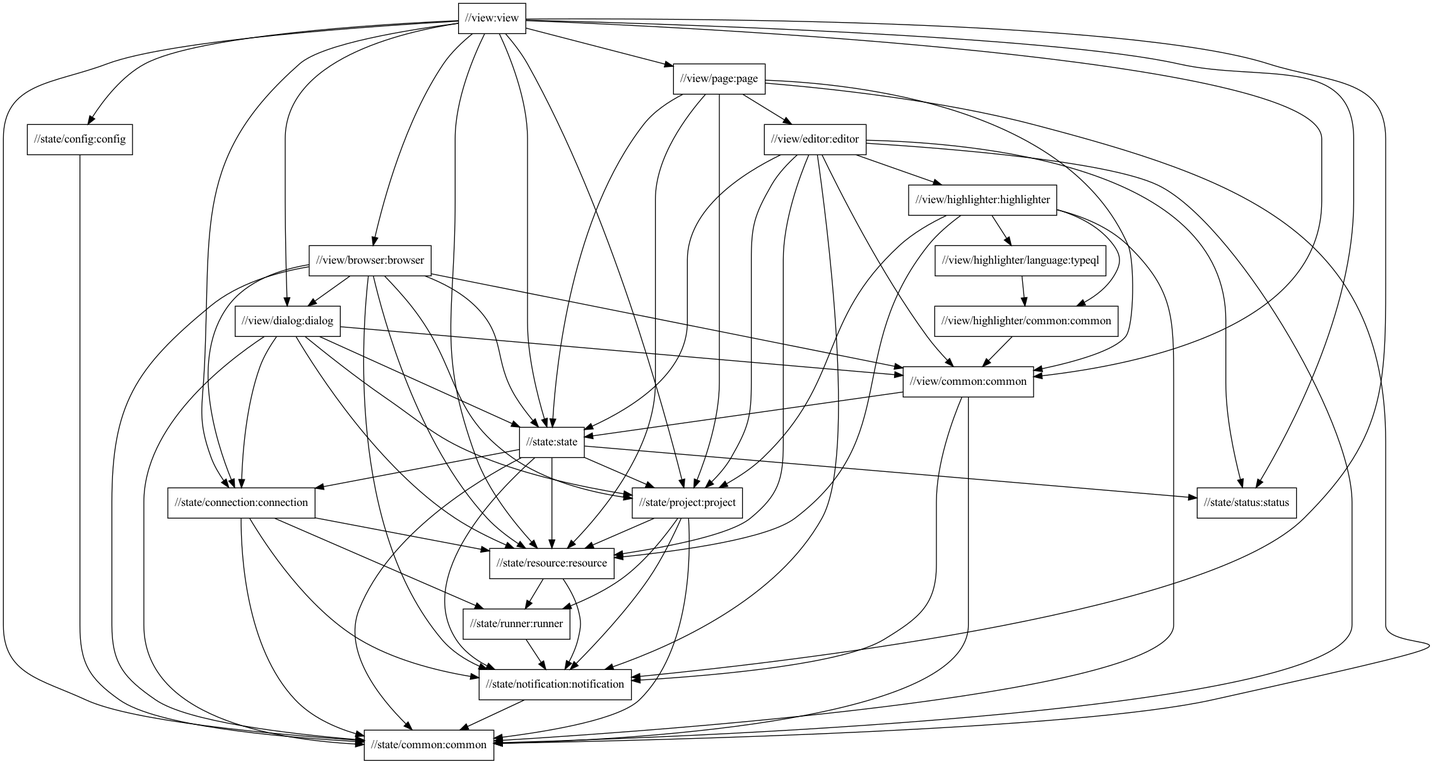
typedb/typedb-studio keeps this Graphviz diagram as docs/global-package-structure.png. Above is the earlier version. Its source is kept beside it as docs/global-package-structure.dot.
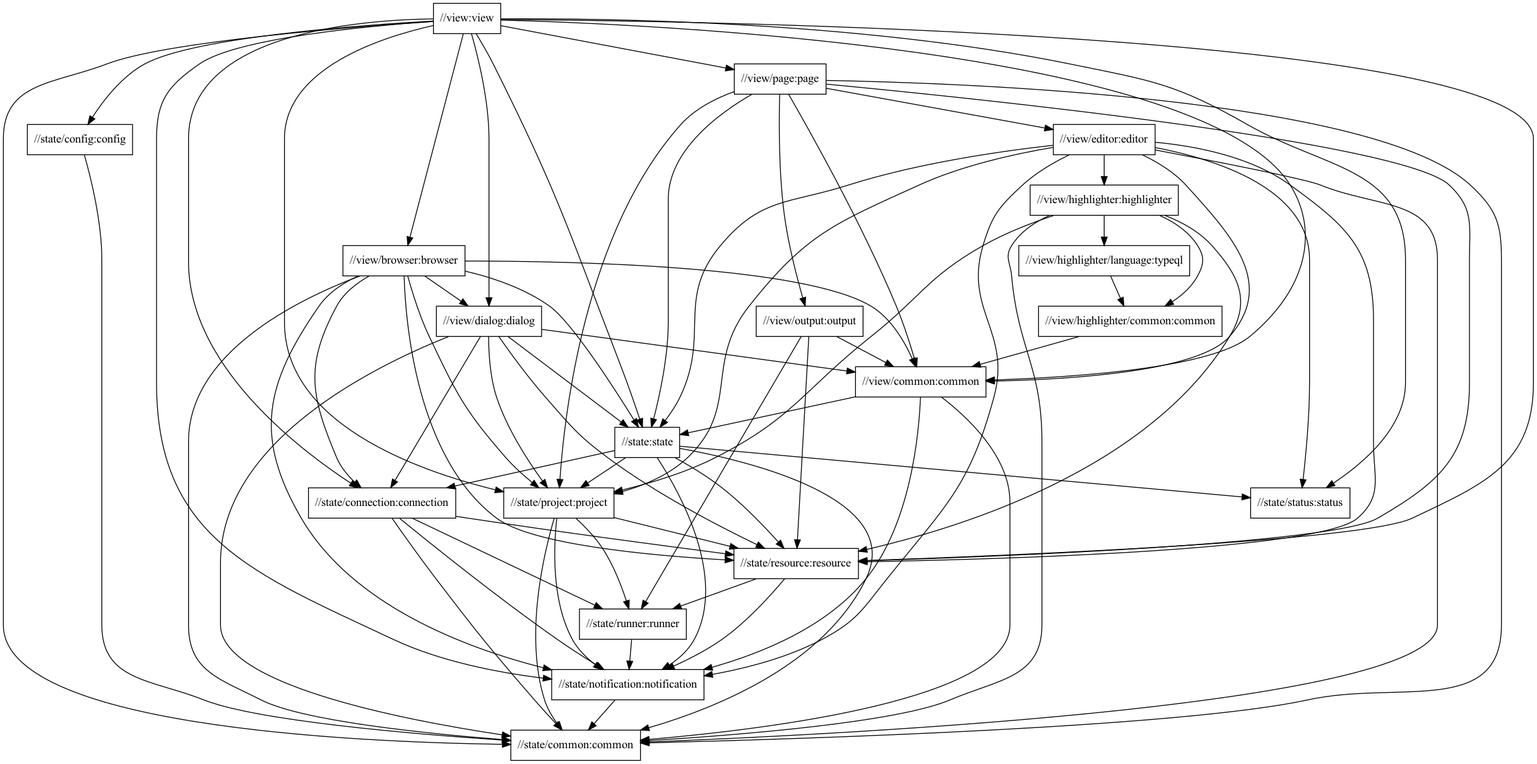
Above is the later version.

Commit message:
Update package dependency docs diagram

Diff of the diagram source:
```diff
@@ -20,15 +20,7 @@
   "//view/page:page" -> "//state/resource:resource"
   "//view/page:page" -> "//view/common:common"
   "//view/page:page" -> "//view/editor:editor"
-  "//view/editor:editor"
-  "//view/editor:editor" -> "//state:state"
-  "//view/editor:editor" -> "//state/common:common"
-  "//view/editor:editor" -> "//state/notification:notification"
-  "//view/editor:editor" -> "//state/project:project"
-  "//view/editor:editor" -> "//state/resource:resource"
-  "//view/editor:editor" -> "//state/status:status"
-  "//view/editor:editor" -> "//view/common:common"
-  "//view/editor:editor" -> "//view/highlighter:highlighter"
+  "//view/page:page" -> "//view/output:output"
   "//view/browser:browser"
   "//view/browser:browser" -> "//state:state"
   "//view/browser:browser" -> "//state/common:common"
@@ -45,8 +37,15 @@
   "//view/dialog:dialog" -> "//state/project:project"
   "//view/dialog:dialog" -> "//state/resource:resource"
   "//view/dialog:dialog" -> "//view/common:common"
-  "//state/config:config"
-  "//state/config:config" -> "//state/common:common"
+  "//view/editor:editor"
+  "//view/editor:editor" -> "//state:state"
+  "//view/editor:editor" -> "//state/common:common"
+  "//view/editor:editor" -> "//state/notification:notification"
+  "//view/editor:editor" -> "//state/project:project"
+  "//view/editor:editor" -> "//state/resource:resource"
+  "//view/editor:editor" -> "//state/status:status"
+  "//view/editor:editor" -> "//view/common:common"
+  "//view/editor:editor" -> "//view/highlighter:highlighter"
   "//view/highlighter:highlighter"
   "//view/highlighter:highlighter" -> "//state/common:common"
   "//view/highlighter:highlighter" -> "//state/project:project"
@@ -57,6 +56,12 @@
   "//view/highlighter/language:typeql" -> "//view/highlighter/common:common"
   "//view/highlighter/common:common"
   "//view/highlighter/common:common" -> "//view/common:common"
+  "//state/config:config"
+  "//state/config:config" -> "//state/common:common"
+  "//view/output:output"
+  "//view/output:output" -> "//state/resource:resource"
+  "//view/output:output" -> "//state/runner:runner"
+  "//view/output:output" -> "//view/common:common"
   "//view/common:common"
   "//view/common:common" -> "//state/notification:notification"
   "//view/common:common" -> "//state:state"
@@ -69,16 +74,16 @@
   "//state:state" -> "//state/resource:resource"
   "//state:state" -> "//state/status:status"
   "//state/status:status"
+  "//state/project:project"
+  "//state/project:project" -> "//state/common:common"
+  "//state/project:project" -> "//state/notification:notification"
+  "//state/project:project" -> "//state/resource:resource"
+  "//state/project:project" -> "//state/runner:runner"
   "//state/connection:connection"
   "//state/connection:connection" -> "//state/common:common"
   "//state/connection:connection" -> "//state/notification:notification"
   "//state/connection:connection" -> "//state/resource:resource"
   "//state/connection:connection" -> "//state/runner:runner"
-  "//state/project:project"
-  "//state/project:project" -> "//state/common:common"
-  "//state/project:project" -> "//state/notification:notification"
-  "//state/project:project" -> "//state/resource:resource"
-  "//state/project:project" -> "//state/runner:runner"
   "//state/resource:resource"
   "//state/resource:resource" -> "//state/notification:notification"
   "//state/resource:resource" -> "//state/runner:runner"
```
